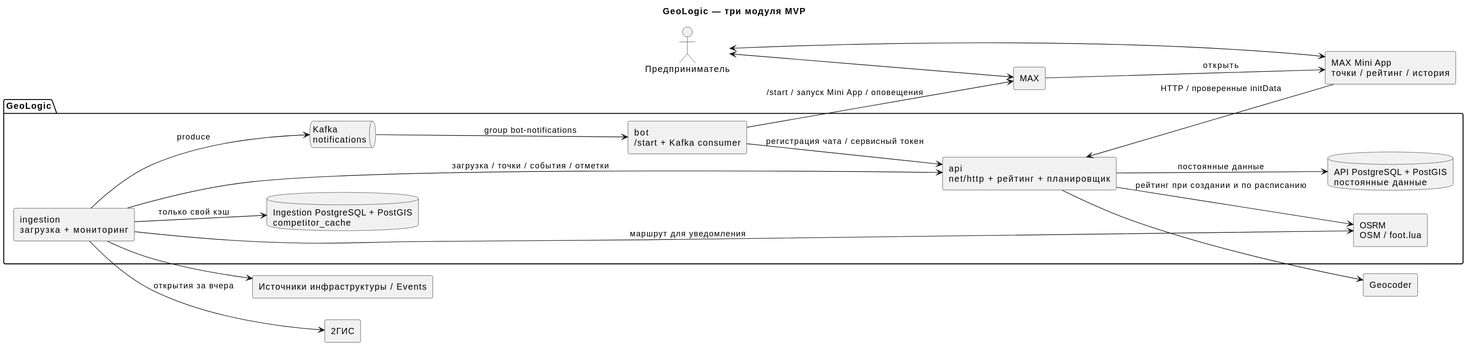
Above: docs/diagrams/rendered/c4-containers.svg in kotafan1rich/GeoLogic-Monitor (PlantUML), before the change.
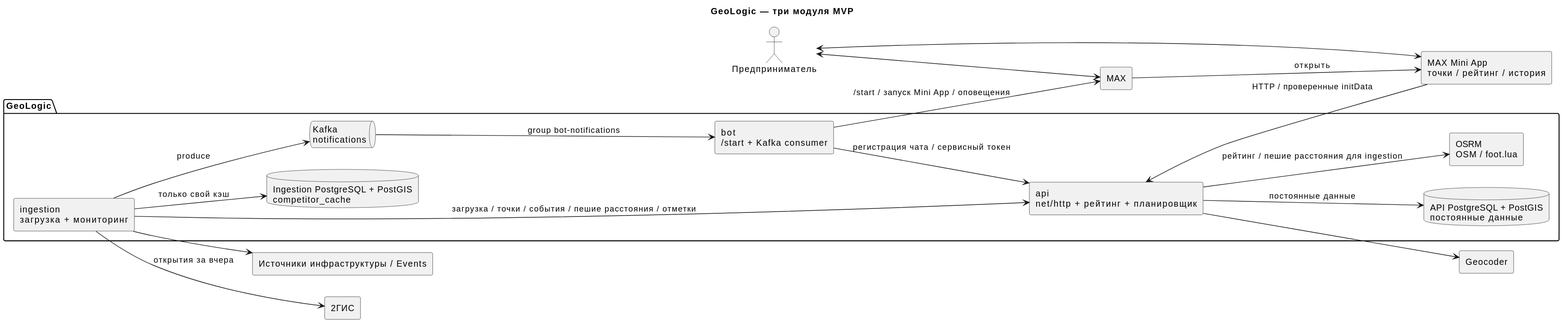
After the change.

What changed in the source:
```diff
@@ -24,14 +24,13 @@
 max --> miniapp : открыть
 miniapp --> api : HTTP / проверенные initData
 bot --> api : регистрация чата / сервисный токен
-worker --> api : загрузка / точки / события / отметки
+worker --> api : загрузка / точки / события / пешие расстояния / отметки
 api --> apidb : постоянные данные
 api --> geo
-api --> osrm : рейтинг при создании и по расписанию
+api --> osrm : рейтинг / пешие расстояния для ingestion
 worker --> ingestiondb : только свой кэш
 worker --> sources
 worker --> gis : открытия за вчера
-worker --> osrm : маршрут для уведомления
 worker --> kafka : produce
 kafka --> bot : group bot-notifications
 @enduml
```
